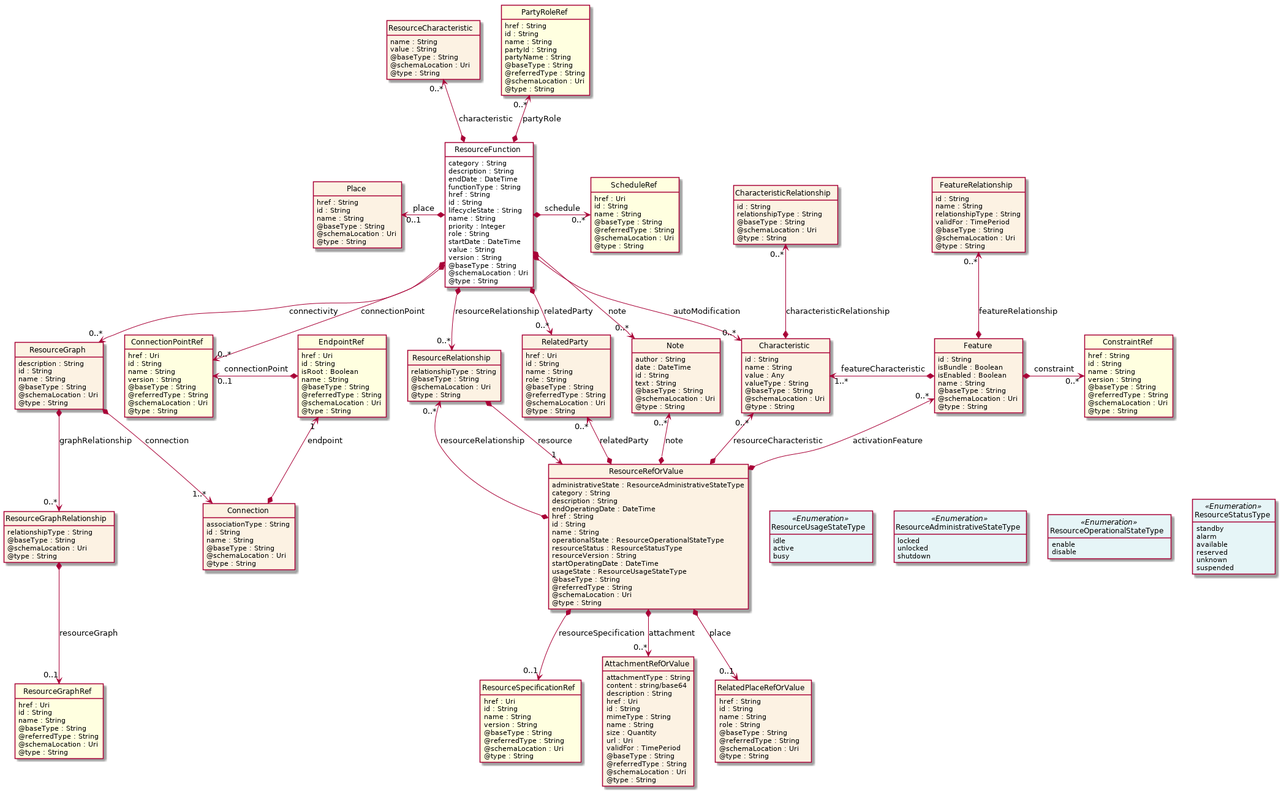
The PlantUML diagram apis/TMF664_Resource_Function_Activation/documentation/diagrams/Resource_ResourceFunction.png in tmforum-apis/Open_Api_And_Data_Model, before a commit.
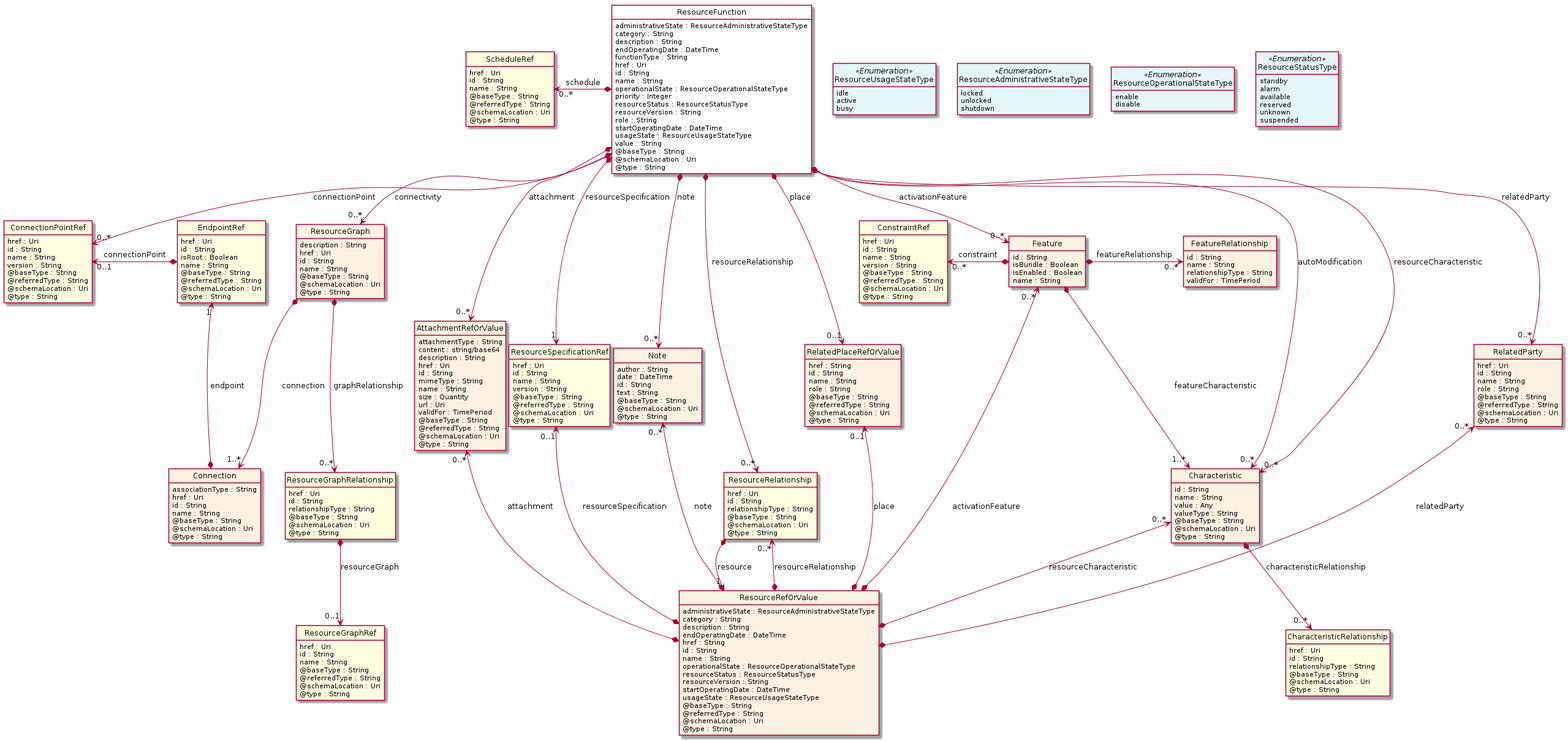
The same file after the commit.

Change to the diagram source:
```diff
@@ -11,22 +11,51 @@
 }
 
 class ResourceFunction  <<Pivot>> {
+    administrativeState : ResourceAdministrativeStateType
     category : String
     description : String
-    endDate : DateTime
+    endOperatingDate : DateTime
     functionType : String
-    href : String
+    href : Uri
     id : String
-    lifecycleState : String
     name : String
+    operationalState : ResourceOperationalStateType
     priority : Integer
+    resourceStatus : ResourceStatusType
+    resourceVersion : String
     role : String
-    startDate : DateTime
+    startOperatingDate : DateTime
+    usageState : ResourceUsageStateType
     value : String
-    version : String
     @baseType : String
     @schemaLocation : Uri
     @type : String
+}
+
+class ResourceUsageStateType <<Enumeration>> {
+    idle
+    active
+    busy
+}
+
+class ResourceAdministrativeStateType <<Enumeration>> {
+    locked
+    unlocked
+    shutdown
+}
+
+class ResourceStatusType <<Enumeration>> {
+    standby
+    alarm
+    available
+    reserved
+    unknown
+    suspended
+}
+
+class ResourceOperationalStateType <<Enumeration>> {
+    enable
+    disable
 }
 
 class Note  {
@@ -39,16 +68,26 @@
     @type : String
 }
 
-class ResourceCharacteristic  {
+class AttachmentRefOrValue  {
+    attachmentType : String
+    content : string/base64
+    description : String
+    href : Uri
+    id : String
+    mimeType : String
     name : String
-    value : String
+    size : Quantity
+    url : Uri
+    validFor : TimePeriod
     @baseType : String
+    @referredType : String
     @schemaLocation : Uri
     @type : String
 }
 
 class ResourceGraph  {
     description : String
+    href : Uri
     id : String
     name : String
     @baseType : String
@@ -56,7 +95,9 @@
     @type : String
 }
 
-class ResourceGraphRelationship  {
+class ResourceGraphRelationship  <<Ref>> {
+    href : Uri
+    id : String
     relationshipType : String
     @baseType : String
     @schemaLocation : Uri
@@ -75,6 +116,7 @@
 
 class Connection  {
     associationType : String
+    href : Uri
     id : String
     name : String
     @baseType : String
@@ -104,7 +146,9 @@
     @type : String
 }
 
-class ResourceRelationship  {
+class ResourceRelationship  <<Ref>> {
+    href : Uri
+    id : String
     relationshipType : String
     @baseType : String
     @schemaLocation : Uri
@@ -130,40 +174,11 @@
     @type : String
 }
 
-class ResourceStatusType <<Enumeration>> {
-    standby
-    alarm
-    available
-    reserved
-    unknown
-    suspended
-}
-
-class ResourceUsageStateType <<Enumeration>> {
-    idle
-    active
-    busy
-}
-
-class ResourceAdministrativeStateType <<Enumeration>> {
-    locked
-    unlocked
-    shutdown
-}
-
-class ResourceOperationalStateType <<Enumeration>> {
-    enable
-    disable
-}
-
 class Feature  {
     id : String
     isBundle : Boolean
     isEnabled : Boolean
     name : String
-    @baseType : String
-    @schemaLocation : Uri
-    @type : String
 }
 
 class Characteristic  {
@@ -176,7 +191,8 @@
     @type : String
 }
 
-class CharacteristicRelationship  {
+class CharacteristicRelationship  <<Ref>> {
+    href : Uri
     id : String
     relationshipType : String
     @baseType : String
@@ -185,7 +201,7 @@
 }
 
 class ConstraintRef  <<Ref>> {
-    href : String
+    href : Uri
     id : String
     name : String
     version : String
@@ -200,9 +216,6 @@
     name : String
     relationshipType : String
     validFor : TimePeriod
-    @baseType : String
-    @schemaLocation : Uri
-    @type : String
 }
 
 class ResourceSpecificationRef  <<Ref>> {
@@ -227,23 +240,6 @@
     @type : String
 }
 
-class AttachmentRefOrValue  {
-    attachmentType : String
-    content : string/base64
-    description : String
-    href : Uri
-    id : String
-    mimeType : String
-    name : String
-    size : Quantity
-    url : Uri
-    validFor : TimePeriod
-    @baseType : String
-    @referredType : String
-    @schemaLocation : Uri
-    @type : String
-}
-
 class RelatedPlaceRefOrValue  {
     href : String
     id : String
@@ -251,15 +247,6 @@
     role : String
     @baseType : String
     @referredType : String
-    @schemaLocation : Uri
-    @type : String
-}
-
-class Place  {
-    href : String
-    id : String
-    name : String
-    @baseType : String
     @schemaLocation : Uri
     @type : String
 }
@@ -274,17 +261,7 @@
     @type : String
 }
 
-class PartyRoleRef  <<Ref>> {
-    href : String
-    id : String
-    name : String
-    partyId : String
-    partyName : String
-    @baseType : String
-    @referredType : String
-    @schemaLocation : Uri
-    @type : String
-}
+ResourceFunction *-->  "0..*" AttachmentRefOrValue : attachment
 
 ResourceFunction *-->  "0..*" ConnectionPointRef : connectionPoint
 
@@ -292,11 +269,27 @@
 
 ResourceFunction *-->  "0..*" RelatedParty : relatedParty
 
+ResourceFunction *-->  "0..1" RelatedPlaceRefOrValue : place
+
 ResourceFunction *-->  "0..*" ResourceRelationship : resourceRelationship
+
+ResourceFunction *-->  "1" ResourceSpecificationRef : resourceSpecification
+
+ResourceFunction -right[hidden]-> ResourceUsageStateType
+
+ResourceUsageStateType -right[hidden]-> ResourceAdministrativeStateType
+
+ResourceAdministrativeStateType -right[hidden]-> ResourceOperationalStateType
+
+ResourceOperationalStateType -right[hidden]-> ResourceStatusType
 
 ResourceFunction *-->  "0..*" Characteristic : autoModification
 
+ResourceFunction *-->  "0..*" Characteristic : resourceCharacteristic
+
 ResourceFunction *-->  "0..*" ResourceGraph : connectivity
+
+ResourceFunction *-->  "0..*" Feature : activationFeature
 
 ResourceGraph *-->  "1..*" Connection : connection
 
@@ -304,50 +297,36 @@
 
 ConnectionPointRef "0..1" <-left-* EndpointRef : connectionPoint
 
+Note "0..*" <--* ResourceRefOrValue : note
+
 ResourceRelationship *-->  "1" ResourceRefOrValue : resource
 
 ResourceRelationship "0..*" <--* ResourceRefOrValue : resourceRelationship
 
-Note "0..*" <--* ResourceRefOrValue : note
+Feature *-->  "1..*" Characteristic : featureCharacteristic
+
+AttachmentRefOrValue "0..*" <--* ResourceRefOrValue : attachment
 
 RelatedParty "0..*" <--* ResourceRefOrValue : relatedParty
 
-Characteristic "1..*" <-left-* Feature : featureCharacteristic
+RelatedPlaceRefOrValue "0..1" <--* ResourceRefOrValue : place
+
+ResourceSpecificationRef "0..1" <--* ResourceRefOrValue : resourceSpecification
+
+Characteristic "0..*" <--* ResourceRefOrValue : resourceCharacteristic
 
 Feature "0..*" <--* ResourceRefOrValue : activationFeature
 
-Characteristic "0..*" <--* ResourceRefOrValue : resourceCharacteristic
+ScheduleRef "0..*" <-left-* ResourceFunction : schedule
 
-ResourceRefOrValue -right[hidden]-> ResourceUsageStateType
+ConstraintRef "0..*" <-left-* Feature : constraint
 
-ResourceUsageStateType -right[hidden]-> ResourceAdministrativeStateType
-
-ResourceAdministrativeStateType -right[hidden]-> ResourceOperationalStateType
-
-ResourceOperationalStateType -right[hidden]-> ResourceStatusType
-
-Place "0..1" <-left-* ResourceFunction : place
-
-ResourceFunction *-right-> "0..*" ScheduleRef : schedule
-
-PartyRoleRef "0..*" <--* ResourceFunction : partyRole
-
-ResourceCharacteristic "0..*" <--* ResourceFunction : characteristic
-
-ResourceRefOrValue *-->  "0..1" RelatedPlaceRefOrValue : place
-
-ResourceRefOrValue *-->  "0..1" ResourceSpecificationRef : resourceSpecification
-
-ResourceRefOrValue *-->  "0..*" AttachmentRefOrValue : attachment
-
-Feature *-right-> "0..*" ConstraintRef : constraint
-
-FeatureRelationship "0..*" <--* Feature : featureRelationship
+Feature *-right-> "0..*" FeatureRelationship : featureRelationship
 
 ResourceGraph *-->  "0..*" ResourceGraphRelationship : graphRelationship
 
 ResourceGraphRelationship *-->  "0..1" ResourceGraphRef : resourceGraph
 
-CharacteristicRelationship "0..*" <--* Characteristic : characteristicRelationship
+Characteristic *-->  "0..*" CharacteristicRelationship : characteristicRelationship
 
 @enduml
```
